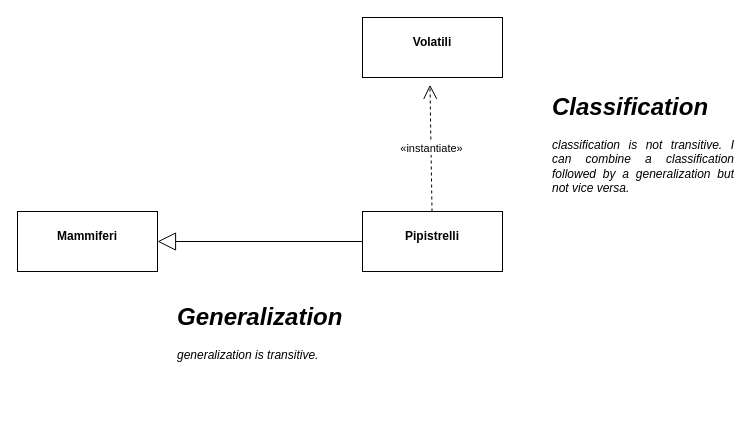
ggabbiani/orthodocs keeps this draw.io diagram as page "classification vs generalization" (5 of 5) of docs/process.drawio. Above is the earlier version. Source tidied: cells renumbered, new cells numbered last; positions are measured from the earlier drawing's top-left corner, leaving out a move shared by most shapes. Both pictures are drawn from the tidied source at 100%, with x=0, y=0 at pixel (17, 17).
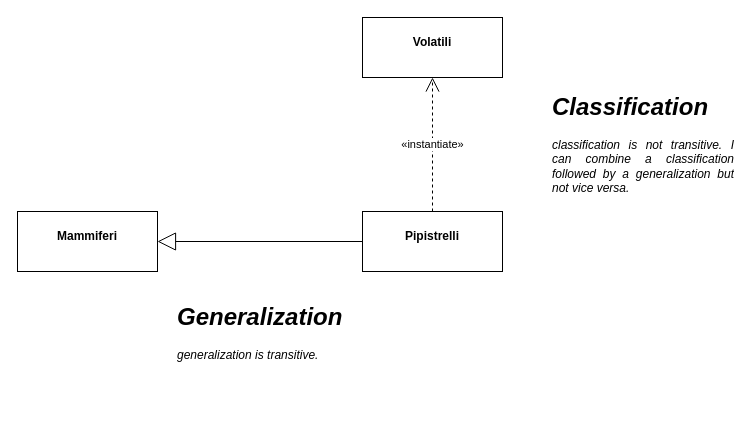
The same page after the edit.

Change to the diagram source:
```diff
@@
 <mxGraphModel>
   <root>
     <mxCell id="0" />
     <mxCell id="1" parent="0" />
     <mxCell id="2" style="endArrow=block;endSize=16;endFill=0;html=1;" parent="1" edge="1" source="4" target="3">
       <mxGeometry relative="1" as="geometry" />
     </mxCell>
     <mxCell id="3" value="&lt;p style=&quot;margin: 0px ; margin-top: 4px ; text-align: center&quot;&gt;&lt;br&gt;&lt;b&gt;Mammiferi&lt;/b&gt;&lt;/p&gt;" style="verticalAlign=top;align=left;overflow=fill;fontSize=12;fontFamily=Helvetica;html=1;" parent="1" vertex="1">
       <mxGeometry y="194" width="140" height="60" as="geometry" />
     </mxCell>
     <mxCell id="4" value="&lt;p style=&quot;margin: 0px ; margin-top: 4px ; text-align: center&quot;&gt;&lt;br&gt;&lt;b&gt;Pipistrelli&lt;/b&gt;&lt;/p&gt;" style="verticalAlign=top;align=left;overflow=fill;fontSize=12;fontFamily=Helvetica;html=1;" parent="1" vertex="1">
       <mxGeometry x="345" y="194" width="140" height="60" as="geometry" />
     </mxCell>
     <mxCell id="5" value="&lt;p style=&quot;margin: 0px ; margin-top: 4px ; text-align: center&quot;&gt;&lt;br&gt;&lt;b&gt;Volatili&lt;/b&gt;&lt;/p&gt;" style="verticalAlign=top;align=left;overflow=fill;fontSize=12;fontFamily=Helvetica;html=1;" parent="1" vertex="1">
       <mxGeometry x="345" width="140" height="60" as="geometry" />
     </mxCell>
-    <mxCell id="6" value="«instantiate»" style="endArrow=open;endSize=12;dashed=1;html=1;entryX=0.482;entryY=1.122;entryDx=0;entryDy=0;entryPerimeter=0;" parent="1" edge="1" source="4" target="5">
+    <mxCell id="6" value="«instantiate»" style="endArrow=open;endSize=12;dashed=1;html=1;" parent="1" edge="1" source="4" target="5">
       <mxGeometry relative="1" as="geometry" />
     </mxCell>
     <mxCell id="7" value="&lt;h1&gt;Classification&lt;/h1&gt;&lt;p class=&quot;calibre11&quot; style=&quot;text-align: justify&quot;&gt;classification is not transitive. I can combine a classification followed by a generalization but not vice versa.&lt;/p&gt;" style="text;html=1;strokeColor=none;fillColor=none;spacing=5;spacingTop=-20;whiteSpace=wrap;overflow=hidden;rounded=0;fontStyle=2;" parent="1" vertex="1">
       <mxGeometry x="530" y="70" width="190" height="120" as="geometry" />
     </mxCell>
     <mxCell id="8" value="&lt;h1&gt;Generalization&lt;/h1&gt;&lt;p class=&quot;calibre11&quot; style=&quot;text-align: justify&quot;&gt;generalization is transitive.&lt;/p&gt;" style="text;html=1;strokeColor=none;fillColor=none;spacing=5;spacingTop=-20;whiteSpace=wrap;overflow=hidden;rounded=0;fontStyle=2;" parent="1" vertex="1">
       <mxGeometry x="155" y="280" width="190" height="120" as="geometry" />
     </mxCell>
   </root>
 </mxGraphModel>
```
